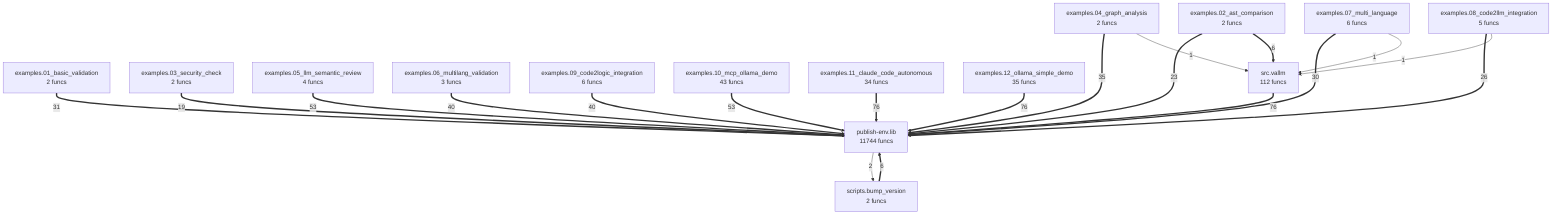
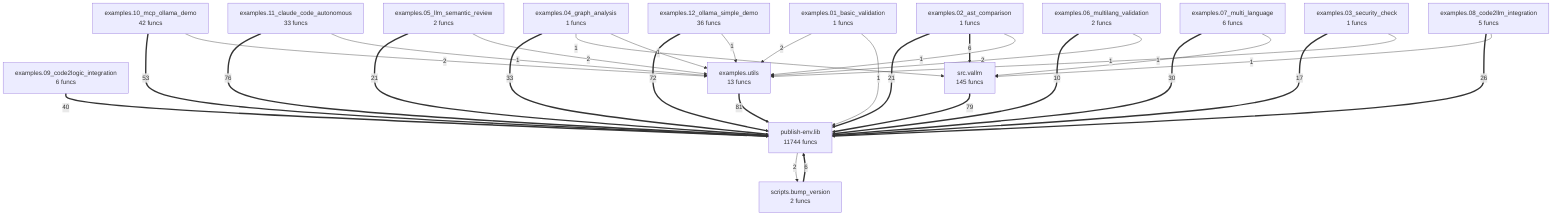
flowchart TD
-     examples_01_basic_validation["examples.01_basic_validation<br/>2 funcs"]
-     examples_02_ast_comparison["examples.02_ast_comparison<br/>2 funcs"]
-     examples_03_security_check["examples.03_security_check<br/>2 funcs"]
-     examples_04_graph_analysis["examples.04_graph_analysis<br/>2 funcs"]
-     examples_05_llm_semantic_review["examples.05_llm_semantic_review<br/>4 funcs"]
-     examples_06_multilang_validation["examples.06_multilang_validation<br/>3 funcs"]
+     examples_01_basic_validation["examples.01_basic_validation<br/>1 funcs"]
+     examples_02_ast_comparison["examples.02_ast_comparison<br/>1 funcs"]
+     examples_03_security_check["examples.03_security_check<br/>1 funcs"]
+     examples_04_graph_analysis["examples.04_graph_analysis<br/>1 funcs"]
+     examples_05_llm_semantic_review["examples.05_llm_semantic_review<br/>2 funcs"]
+     examples_06_multilang_validation["examples.06_multilang_validation<br/>2 funcs"]
    examples_07_multi_language["examples.07_multi_language<br/>6 funcs"]
    examples_08_code2llm_integration["examples.08_code2llm_integration<br/>5 funcs"]
    examples_09_code2logic_integration["examples.09_code2logic_integration<br/>6 funcs"]
-     examples_10_mcp_ollama_demo["examples.10_mcp_ollama_demo<br/>43 funcs"]
-     examples_11_claude_code_autonomous["examples.11_claude_code_autonomous<br/>34 funcs"]
-     examples_12_ollama_simple_demo["examples.12_ollama_simple_demo<br/>35 funcs"]
+     examples_10_mcp_ollama_demo["examples.10_mcp_ollama_demo<br/>42 funcs"]
+     examples_11_claude_code_autonomous["examples.11_claude_code_autonomous<br/>33 funcs"]
+     examples_12_ollama_simple_demo["examples.12_ollama_simple_demo<br/>36 funcs"]
+     examples_utils["examples.utils<br/>13 funcs"]
    publish_env_lib["publish-env.lib<br/>11744 funcs"]
    scripts_bump_version["scripts.bump_version<br/>2 funcs"]
-     src_vallm["src.vallm<br/>112 funcs"]
-     src_vallm ==>|76| publish_env_lib
-     examples_12_ollama_simple_demo ==>|76| publish_env_lib
+     src_vallm["src.vallm<br/>145 funcs"]
+     examples_utils ==>|81| publish_env_lib
+     src_vallm ==>|79| publish_env_lib
    examples_11_claude_code_autonomous ==>|76| publish_env_lib
-     examples_05_llm_semantic_review ==>|53| publish_env_lib
+     examples_12_ollama_simple_demo ==>|72| publish_env_lib
    examples_10_mcp_ollama_demo ==>|53| publish_env_lib
    examples_09_code2logic_integration ==>|40| publish_env_lib
-     examples_06_multilang_validation ==>|40| publish_env_lib
-     examples_04_graph_analysis ==>|35| publish_env_lib
-     examples_01_basic_validation ==>|31| publish_env_lib
+     examples_04_graph_analysis ==>|33| publish_env_lib
    examples_07_multi_language ==>|30| publish_env_lib
    examples_08_code2llm_integration ==>|26| publish_env_lib
-     examples_02_ast_comparison ==>|23| publish_env_lib
-     examples_03_security_check ==>|19| publish_env_lib
+     examples_05_llm_semantic_review ==>|21| publish_env_lib
+     examples_02_ast_comparison ==>|21| publish_env_lib
+     examples_03_security_check ==>|17| publish_env_lib
+     examples_06_multilang_validation ==>|10| publish_env_lib
    scripts_bump_version ==>|6| publish_env_lib
    examples_02_ast_comparison ==>|6| src_vallm
    publish_env_lib -->|2| scripts_bump_version
+     examples_05_llm_semantic_review -->|2| examples_utils
+     examples_01_basic_validation -->|2| examples_utils
+     examples_06_multilang_validation -->|2| examples_utils
+     examples_10_mcp_ollama_demo -->|2| examples_utils
    examples_04_graph_analysis -->|1| src_vallm
+     examples_04_graph_analysis -->|1| examples_utils
+     examples_11_claude_code_autonomous -->|1| examples_utils
+     examples_12_ollama_simple_demo -->|1| examples_utils
+     examples_01_basic_validation -->|1| publish_env_lib
+     examples_02_ast_comparison -->|1| examples_utils
+     examples_03_security_check -->|1| examples_utils
    examples_07_multi_language -->|1| src_vallm
    examples_08_code2llm_integration -->|1| src_vallm
